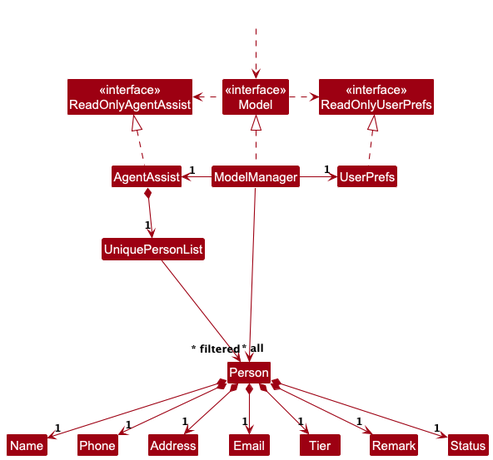
Above: docs/images/ModelClassDiagram.png in nus-cs2103-AY2425S1/tp (PlantUML), before the change. Its source is kept beside it as docs/diagrams/ModelClassDiagram.puml.
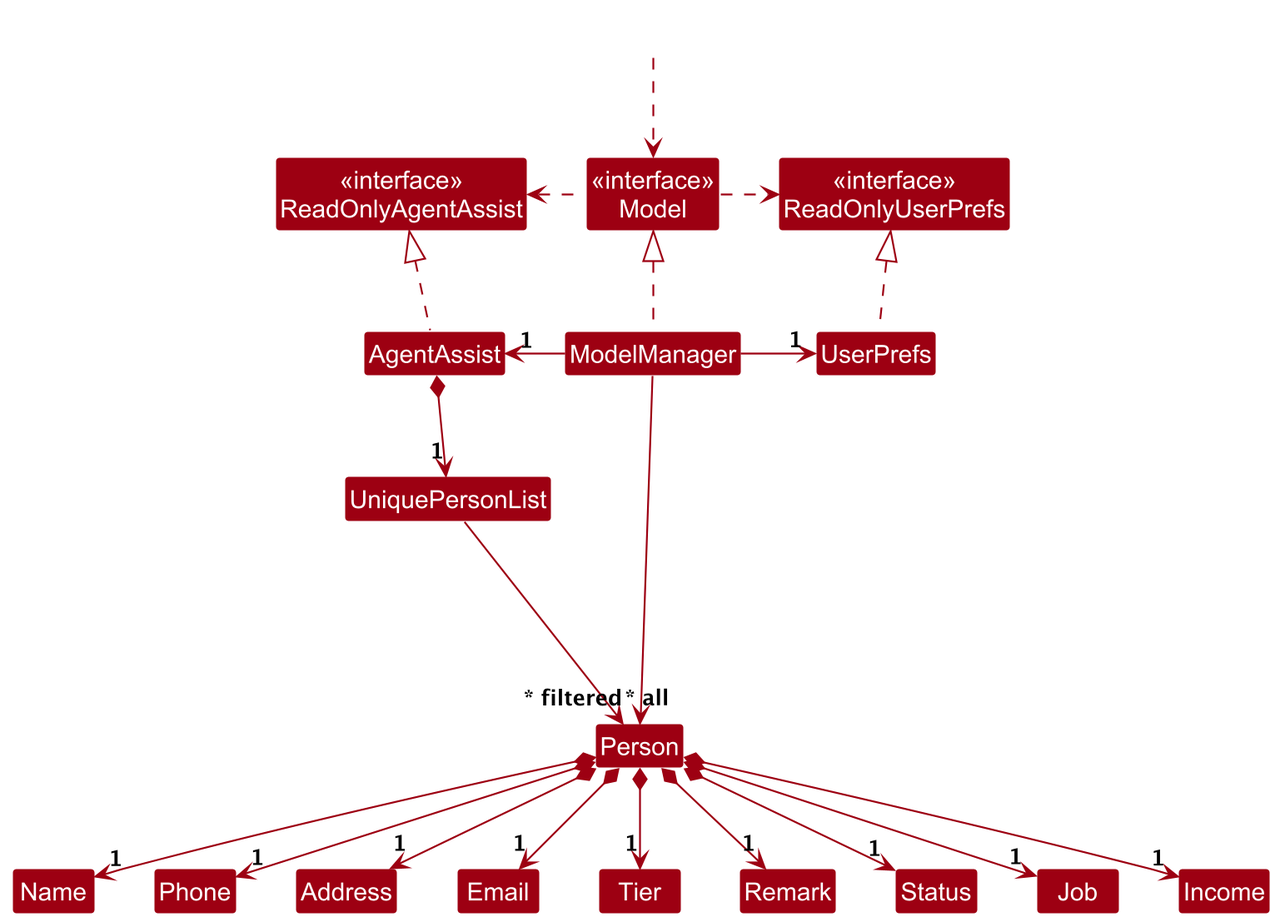
After the commit.

What changed in the source:
```diff
@@ -20,6 +20,8 @@
 Class Tier
 Class Remark
 Class Status
+Class Job
+Class Income
 
 Class I #FFFFFF
 Class HiddenOutside #FFFFFF
@@ -43,6 +45,8 @@
 Person *--> "1" Remark
 Person *--> "1" Tier
 Person *--> "1" Status
+Person *--> "1" Job
+Person *--> "1" Income
 
 Person -[hidden]up--> I
 UniquePersonList -[hidden]right-> I
```
